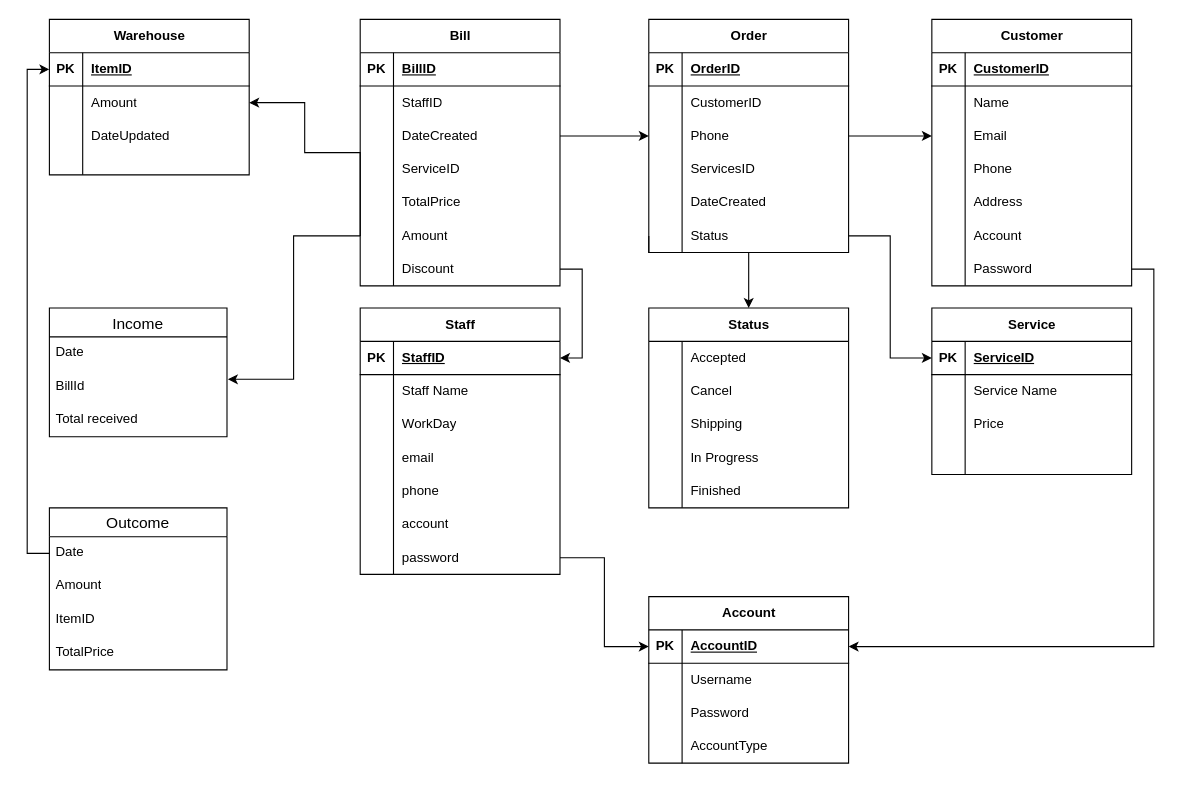
buiduytrung2000/SE1740 keeps this draw.io diagram as EntityDiagram.drawio. Above is the earlier version. Source tidied: cells renumbered, new cells numbered last; positions are measured from the earlier drawing's top-left corner, leaving out a move shared by most shapes. Both pictures are drawn from the tidied source at 111%, with x=0, y=0 at pixel (49, 19).
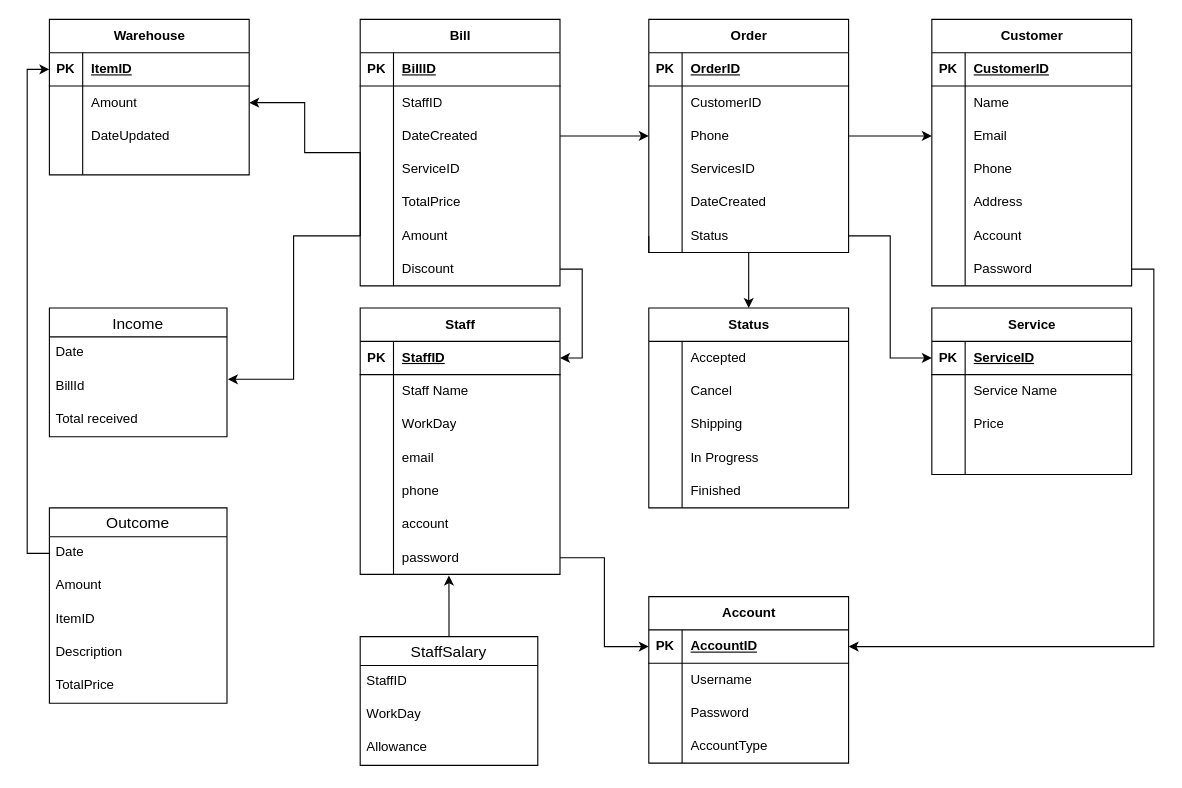
The same diagram, later.

The change refers to these unchanged cells:
```xml
<mxCell id="114" style="shape=tableRow;horizontal=0;startSize=0;swimlaneHead=0;swimlaneBody=0;fillColor=none;points=[[0,0.5],[1,0.5]];portConstraint=eastwest;top=0;left=0;right=0;bottom=0;" parent="95" vertex="1">
  <mxGeometry y="210" width="180" height="30" as="geometry" />
</mxCell>
```

Diff of the diagram source:
```diff
@@
     <mxCell id="154" value="Outcome" style="swimlane;fontStyle=0;horizontal=1;startSize=26;align=center;fontSize=14;" parent="1" vertex="1">
-      <mxGeometry y="440" width="160" height="146" as="geometry" />
+      <mxGeometry y="440" width="160" height="176" as="geometry" />
     </mxCell>
@@
-    <mxCell id="158" value="TotalPrice" style="text;strokeColor=none;fillColor=none;spacingLeft=4;spacingRight=4;overflow=hidden;fontSize=12;whiteSpace=wrap;html=1;" parent="154" vertex="1">
+    <mxCell id="158" value="Description" style="text;strokeColor=none;fillColor=none;spacingLeft=4;spacingRight=4;overflow=hidden;fontSize=12;whiteSpace=wrap;html=1;" parent="154" vertex="1">
       <mxGeometry y="116" width="160" height="30" as="geometry" />
     </mxCell>
+    <mxCell id="161" value="TotalPrice" style="text;strokeColor=none;fillColor=none;spacingLeft=4;spacingRight=4;overflow=hidden;fontSize=12;whiteSpace=wrap;html=1;" parent="154" vertex="1">
+      <mxGeometry y="146" width="160" height="30" as="geometry" />
+    </mxCell>
@@
+    <mxCell id="162" style="edgeStyle=orthogonalEdgeStyle;rounded=0;jettySize=auto;html=1;exitX=0.5;exitY=0;exitDx=0;exitDy=0;entryX=0.444;entryY=1.033;entryDx=0;entryDy=0;entryPerimeter=0;" parent="1" edge="1" source="163" target="114">
+      <mxGeometry relative="1" as="geometry" />
+    </mxCell>
+    <mxCell id="163" value="StaffSalary" style="swimlane;fontStyle=0;horizontal=1;startSize=26;align=center;fontSize=14;" parent="1" vertex="1">
+      <mxGeometry x="280" y="556" width="160" height="116" as="geometry" />
+    </mxCell>
+    <mxCell id="164" value="StaffID" style="text;strokeColor=none;fillColor=none;spacingLeft=4;spacingRight=4;overflow=hidden;fontSize=12;whiteSpace=wrap;html=1;" parent="163" vertex="1">
+      <mxGeometry y="26" width="160" height="30" as="geometry" />
+    </mxCell>
+    <mxCell id="165" value="WorkDay" style="text;strokeColor=none;fillColor=none;spacingLeft=4;spacingRight=4;overflow=hidden;fontSize=12;whiteSpace=wrap;html=1;" parent="163" vertex="1">
+      <mxGeometry y="56" width="160" height="30" as="geometry" />
+    </mxCell>
+    <mxCell id="166" value="Allowance" style="text;strokeColor=none;fillColor=none;spacingLeft=4;spacingRight=4;overflow=hidden;fontSize=12;whiteSpace=wrap;html=1;" parent="163" vertex="1">
+      <mxGeometry y="86" width="160" height="30" as="geometry" />
+    </mxCell>
```
